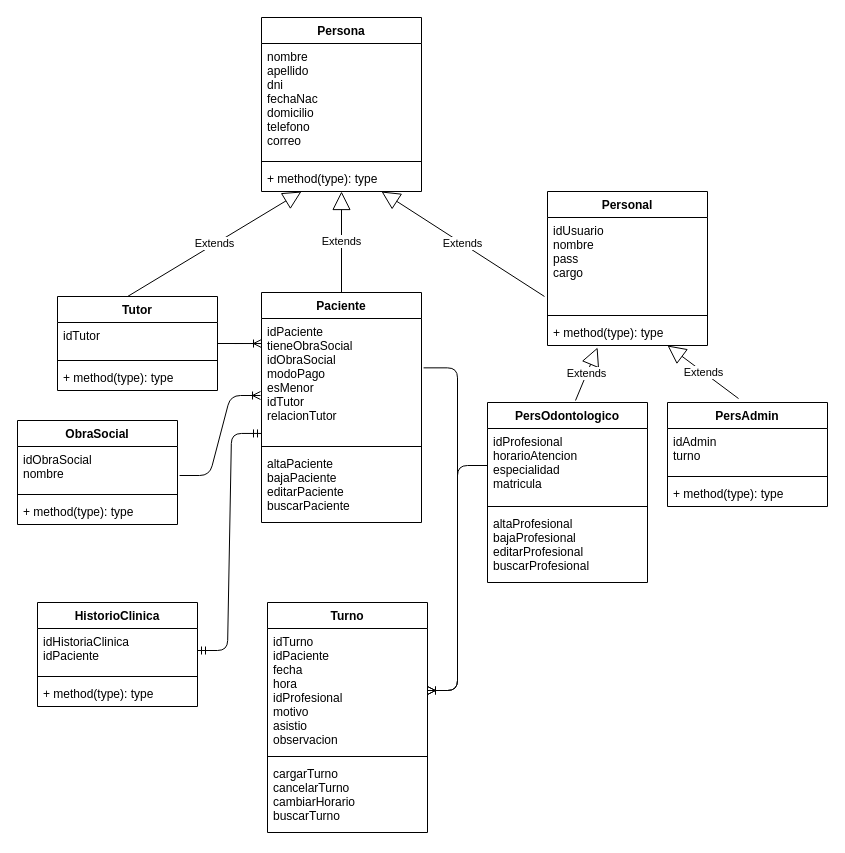
Above: modeloDeClases-Soledad-Repezza.drawio in msrepezza/gestion-turnos-clinica-odontologica (draw.io), before the change. Source tidied: cells renumbered, new cells numbered last; positions are measured from the earlier drawing's top-left corner, leaving out a move shared by most shapes. Both pictures are drawn from the tidied source at 100%, with x=0, y=0 at pixel (17, 17).
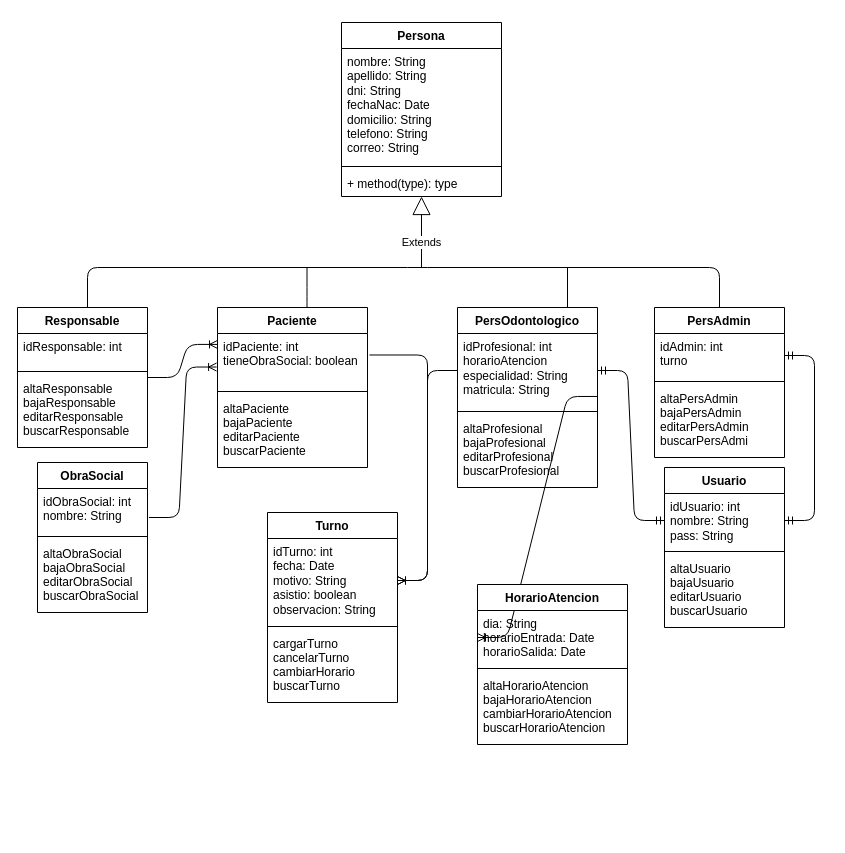
Above is the later version.

Unchanged cells that the change refers to:
```xml
<mxCell id="7" value="+ method(type): type" style="text;strokeColor=none;fillColor=none;align=left;verticalAlign=top;spacingLeft=4;spacingRight=4;overflow=hidden;points=[[0,0.5],[1,0.5]];portConstraint=eastwest;" parent="4" vertex="1">
  <mxGeometry y="148" width="160" height="26" as="geometry" />
</mxCell>
```

What changed in the source:
```diff
@@
+    <mxCell id="10" value="Extends" style="endArrow=block;endSize=16;endFill=0;html=1;" parent="1" edge="1" target="7">
+      <mxGeometry x="-0.29" relative="1" as="geometry">
+        <mxPoint x="404" y="250" as="sourcePoint" />
+      </mxGeometry>
+    </mxCell>
+    <mxCell id="14" style="edgeStyle=entityRelationEdgeStyle;fontSize=12;html=1;endArrow=ERoneToMany;exitX=1;exitY=0.5;exitDx=0;exitDy=0;entryX=0;entryY=0.202;entryDx=0;entryDy=0;entryPerimeter=0;" parent="1" edge="1" target="40">
+      <mxGeometry relative="1" as="geometry">
+        <mxPoint x="130" y="360" as="sourcePoint" />
+      </mxGeometry>
+    </mxCell>
+    <mxCell id="47" style="edgeStyle=entityRelationEdgeStyle;fontSize=12;html=1;endArrow=ERoneToMany;exitX=1.013;exitY=0.659;exitDx=0;exitDy=0;exitPerimeter=0;entryX=-0.006;entryY=0.621;entryDx=0;entryDy=0;entryPerimeter=0;" parent="1" edge="1" source="44" target="40">
+      <mxGeometry relative="1" as="geometry" />
+    </mxCell>
+    <mxCell id="23" value="PersAdmin" style="swimlane;fontStyle=1;align=center;verticalAlign=top;horizontal=1;startSize=26;" parent="1" vertex="1">
+      <mxGeometry x="637" y="290" width="130" height="150" as="geometry" />
+    </mxCell>
+    <mxCell id="24" value="idAdmin: int&#10;turno&#10;" style="text;strokeColor=none;fillColor=none;align=left;verticalAlign=top;spacingLeft=4;spacingRight=4;overflow=hidden;points=[[0,0.5],[1,0.5]];portConstraint=eastwest;whiteSpace=wrap;" parent="23" vertex="1">
+      <mxGeometry y="26" width="130" height="44" as="geometry" />
+    </mxCell>
+    <mxCell id="25" style="line;strokeWidth=1;fillColor=none;align=left;verticalAlign=middle;spacingTop=-1;spacingLeft=3;spacingRight=3;labelPosition=right;" parent="23" vertex="1">
+      <mxGeometry y="70" width="130" height="8" as="geometry" />
+    </mxCell>
+    <mxCell id="26" value="altaPersAdmin&#10;bajaPersAdmin&#10;editarPersAdmin&#10;buscarPersAdmi&#10;" style="text;strokeColor=none;fillColor=none;align=left;verticalAlign=top;spacingLeft=4;spacingRight=4;overflow=hidden;" parent="23" vertex="1">
+      <mxGeometry y="78" width="130" height="72" as="geometry" />
+    </mxCell>
     <mxCell id="4" value="Persona" style="swimlane;fontStyle=1;align=center;verticalAlign=top;horizontal=1;startSize=26;" parent="1" vertex="1">
-      <mxGeometry x="244" width="160" height="174" as="geometry" />
+      <mxGeometry x="324" y="5" width="160" height="174" as="geometry" />
     </mxCell>
-    <mxCell id="5" value="nombre&#10;apellido&#10;dni&#10;fechaNac&#10;domicilio&#10;telefono&#10;correo" style="text;strokeColor=none;fillColor=none;align=left;verticalAlign=top;spacingLeft=4;spacingRight=4;overflow=hidden;" parent="4" vertex="1">
+    <mxCell id="5" value="nombre: String&#10;apellido: String&#10;dni: String&#10;fechaNac: Date&#10;domicilio: String&#10;telefono: String&#10;correo: String" style="text;strokeColor=none;fillColor=none;align=left;verticalAlign=top;spacingLeft=4;spacingRight=4;overflow=hidden;spacingTop=0;spacing=2;spacingBottom=0;whiteSpace=wrap;" parent="4" vertex="1">
       <mxGeometry y="26" width="160" height="114" as="geometry" />
     </mxCell>
@@
-    <mxCell id="8" style="edgeStyle=entityRelationEdgeStyle;fontSize=12;html=1;endArrow=ERmandOne;startArrow=ERmandOne;exitX=1;exitY=0.5;exitDx=0;exitDy=0;entryX=0;entryY=0.927;entryDx=0;entryDy=0;entryPerimeter=0;" parent="1" edge="1" source="32" target="40">
-      <mxGeometry relative="1" as="geometry" />
-    </mxCell>
-    <mxCell id="9" value="Extends" style="endArrow=block;endSize=16;endFill=0;html=1;exitX=0.438;exitY=0;exitDx=0;exitDy=0;exitPerimeter=0;entryX=0.25;entryY=1;entryDx=0;entryDy=0;" parent="1" edge="1" source="35" target="4">
-      <mxGeometry relative="1" as="geometry" />
-    </mxCell>
-    <mxCell id="10" value="Extends" style="endArrow=block;endSize=16;endFill=0;html=1;exitX=0.5;exitY=0;exitDx=0;exitDy=0;" parent="1" edge="1" source="39" target="7">
-      <mxGeometry relative="1" as="geometry" />
-    </mxCell>
-    <mxCell id="11" value="Extends" style="endArrow=block;endSize=16;endFill=0;html=1;exitX=-0.019;exitY=0.84;exitDx=0;exitDy=0;exitPerimeter=0;entryX=0.75;entryY=1;entryDx=0;entryDy=0;" parent="1" edge="1" source="16" target="4">
-      <mxGeometry relative="1" as="geometry" />
-    </mxCell>
-    <mxCell id="12" value="Extends" style="endArrow=block;endSize=16;endFill=0;html=1;entryX=0.313;entryY=1.077;entryDx=0;entryDy=0;entryPerimeter=0;exitX=0.55;exitY=-0.011;exitDx=0;exitDy=0;exitPerimeter=0;" parent="1" edge="1" source="19" target="18">
-      <mxGeometry relative="1" as="geometry" />
-    </mxCell>
-    <mxCell id="13" value="Extends" style="endArrow=block;endSize=16;endFill=0;html=1;entryX=0.75;entryY=1;entryDx=0;entryDy=0;exitX=0.444;exitY=-0.038;exitDx=0;exitDy=0;exitPerimeter=0;" parent="1" edge="1" source="23" target="15">
-      <mxGeometry relative="1" as="geometry" />
-    </mxCell>
-    <mxCell id="14" style="edgeStyle=entityRelationEdgeStyle;fontSize=12;html=1;endArrow=ERoneToMany;exitX=1;exitY=0.5;exitDx=0;exitDy=0;entryX=0;entryY=0.202;entryDx=0;entryDy=0;entryPerimeter=0;" parent="1" edge="1" source="35" target="40">
-      <mxGeometry relative="1" as="geometry" />
-    </mxCell>
+    <mxCell id="39" value="Paciente" style="swimlane;fontStyle=1;align=center;verticalAlign=top;horizontal=1;startSize=26;" parent="1" vertex="1">
+      <mxGeometry x="200" y="290" width="150" height="160" as="geometry" />
+    </mxCell>
+    <mxCell id="40" value="idPaciente: int&#10;tieneObraSocial: boolean&#10;&#10;&#10;&#10;" style="text;strokeColor=none;fillColor=none;align=left;verticalAlign=top;spacingLeft=4;spacingRight=4;overflow=hidden;points=[[0,0.5],[1,0.5]];portConstraint=eastwest;whiteSpace=wrap;" parent="39" vertex="1">
+      <mxGeometry y="26" width="150" height="54" as="geometry" />
+    </mxCell>
+    <mxCell id="41" style="line;strokeWidth=1;fillColor=none;align=left;verticalAlign=middle;spacingTop=-1;spacingLeft=3;spacingRight=3;labelPosition=right;" parent="39" vertex="1">
+      <mxGeometry y="80" width="150" height="8" as="geometry" />
+    </mxCell>
+    <mxCell id="42" value="altaPaciente&#10;bajaPaciente&#10;editarPaciente&#10;buscarPaciente&#10;&#10;" style="text;strokeColor=none;fillColor=none;align=left;verticalAlign=top;spacingLeft=4;spacingRight=4;overflow=hidden;" parent="39" vertex="1">
+      <mxGeometry y="88" width="150" height="72" as="geometry" />
+    </mxCell>
+    <mxCell id="19" value="PersOdontologico" style="swimlane;fontStyle=1;align=center;verticalAlign=top;horizontal=1;startSize=26;" parent="1" vertex="1">
+      <mxGeometry x="440" y="290" width="140" height="180" as="geometry" />
+    </mxCell>
+    <mxCell id="20" value="idProfesional: int&#10;horarioAtencion&#10;especialidad: String&#10;matricula: String&#10;&#10;" style="text;strokeColor=none;fillColor=none;align=left;verticalAlign=top;spacingLeft=4;spacingRight=4;overflow=hidden;points=[[0,0.5],[1,0.5]];portConstraint=eastwest;whiteSpace=wrap;" parent="19" vertex="1">
+      <mxGeometry y="26" width="140" height="74" as="geometry" />
+    </mxCell>
+    <mxCell id="21" style="line;strokeWidth=1;fillColor=none;align=left;verticalAlign=middle;spacingTop=-1;spacingLeft=3;spacingRight=3;labelPosition=right;" parent="19" vertex="1">
+      <mxGeometry y="100" width="140" height="8" as="geometry" />
+    </mxCell>
+    <mxCell id="22" value="altaProfesional&#10;bajaProfesional&#10;editarProfesional&#10;buscarProfesional&#10;" style="text;strokeColor=none;fillColor=none;align=left;verticalAlign=top;spacingLeft=4;spacingRight=4;overflow=hidden;" parent="19" vertex="1">
+      <mxGeometry y="108" width="140" height="72" as="geometry" />
+    </mxCell>
+    <mxCell id="48" style="endArrow=none;html=1;entryX=0.5;entryY=0;entryDx=0;entryDy=0;" parent="1" edge="1" target="23">
+      <mxGeometry relative="1" as="geometry">
+        <mxPoint x="70" y="290" as="sourcePoint" />
+        <Array as="points">
+          <mxPoint x="70" y="250" />
+          <mxPoint x="400" y="250" />
+          <mxPoint x="702" y="250" />
+        </Array>
+      </mxGeometry>
+    </mxCell>
+    <mxCell id="49" style="endArrow=none;html=1;exitX=0.5;exitY=0;exitDx=0;exitDy=0;" parent="1" edge="1">
+      <mxGeometry relative="1" as="geometry">
+        <mxPoint x="550" y="290" as="sourcePoint" />
+        <mxPoint x="550" y="250" as="targetPoint" />
+      </mxGeometry>
+    </mxCell>
+    <mxCell id="50" style="endArrow=none;html=1;" parent="1" edge="1">
+      <mxGeometry relative="1" as="geometry">
+        <mxPoint x="289.5" y="290" as="sourcePoint" />
+        <mxPoint x="289.5" y="250" as="targetPoint" />
+        <Array as="points">
+          <mxPoint x="289.5" y="280" />
+        </Array>
+      </mxGeometry>
+    </mxCell>
+    <mxCell id="51" style="edgeStyle=entityRelationEdgeStyle;fontSize=12;html=1;endArrow=ERmandOne;startArrow=ERmandOne;" parent="1" edge="1" source="16" target="20">
+      <mxGeometry relative="1" as="geometry" />
+    </mxCell>
+    <mxCell id="52" style="edgeStyle=entityRelationEdgeStyle;fontSize=12;html=1;endArrow=ERmandOne;startArrow=ERmandOne;exitX=1;exitY=0.5;exitDx=0;exitDy=0;" parent="1" edge="1" source="24" target="16">
+      <mxGeometry relative="1" as="geometry" />
+    </mxCell>
+    <mxCell id="53" style="edgeStyle=entityRelationEdgeStyle;fontSize=12;html=1;endArrow=ERoneToMany;exitX=1;exitY=0.851;exitDx=0;exitDy=0;exitPerimeter=0;entryX=0;entryY=0.5;entryDx=0;entryDy=0;" parent="1" edge="1" source="20" target="55">
+      <mxGeometry relative="1" as="geometry" />
+    </mxCell>
+    <mxCell id="54" value="HorarioAtencion" style="swimlane;fontStyle=1;align=center;verticalAlign=top;horizontal=1;startSize=26;html=0;" parent="1" vertex="1">
+      <mxGeometry x="460" y="567" width="150" height="160" as="geometry" />
+    </mxCell>
+    <mxCell id="55" value="dia: String&#10;horarioEntrada: Date&#10;horarioSalida: Date&#10;" style="text;strokeColor=none;fillColor=none;align=left;verticalAlign=top;spacingLeft=4;spacingRight=4;overflow=hidden;points=[[0,0.5],[1,0.5]];portConstraint=eastwest;" parent="54" vertex="1">
+      <mxGeometry y="26" width="150" height="54" as="geometry" />
+    </mxCell>
+    <mxCell id="56" style="line;strokeWidth=1;fillColor=none;align=left;verticalAlign=middle;spacingTop=-1;spacingLeft=3;spacingRight=3;labelPosition=right;" parent="54" vertex="1">
+      <mxGeometry y="80" width="150" height="8" as="geometry" />
+    </mxCell>
+    <mxCell id="57" value="altaHorarioAtencion&#10;bajaHorarioAtencion&#10;cambiarHorarioAtencion&#10;buscarHorarioAtencion" style="text;strokeColor=none;fillColor=none;align=left;verticalAlign=top;spacingLeft=4;spacingRight=4;overflow=hidden;" parent="54" vertex="1">
+      <mxGeometry y="88" width="150" height="72" as="geometry" />
+    </mxCell>
+    <mxCell id="43" value="ObraSocial" style="swimlane;fontStyle=1;align=center;verticalAlign=top;horizontal=1;startSize=26;" parent="1" vertex="1">
+      <mxGeometry x="20" y="445" width="110" height="150" as="geometry" />
+    </mxCell>
+    <mxCell id="44" value="idObraSocial: int&#10;nombre: String" style="text;strokeColor=none;fillColor=none;align=left;verticalAlign=top;spacingLeft=4;spacingRight=4;overflow=hidden;points=[[0,0.5],[1,0.5]];portConstraint=eastwest;" parent="43" vertex="1">
+      <mxGeometry y="26" width="110" height="44" as="geometry" />
+    </mxCell>
+    <mxCell id="45" style="line;strokeWidth=1;fillColor=none;align=left;verticalAlign=middle;spacingTop=-1;spacingLeft=3;spacingRight=3;labelPosition=right;" parent="43" vertex="1">
+      <mxGeometry y="70" width="110" height="8" as="geometry" />
+    </mxCell>
+    <mxCell id="46" value="altaObraSocial&#10;bajaObraSocial&#10;editarObraSocial&#10;buscarObraSocial&#10;" style="text;strokeColor=none;fillColor=none;align=left;verticalAlign=top;spacingLeft=4;spacingRight=4;overflow=hidden;" parent="43" vertex="1">
+      <mxGeometry y="78" width="110" height="72" as="geometry" />
+    </mxCell>
-    <mxCell id="15" value="Personal" style="swimlane;fontStyle=1;align=center;verticalAlign=top;horizontal=1;startSize=26;" parent="1" vertex="1">
-      <mxGeometry x="530" y="174" width="160" height="154" as="geometry" />
+    <mxCell id="15" value="Usuario" style="swimlane;fontStyle=1;align=center;verticalAlign=top;horizontal=1;startSize=26;" parent="1" vertex="1">
+      <mxGeometry x="647" y="450" width="120" height="160" as="geometry" />
     </mxCell>
-    <mxCell id="16" value="idUsuario&#10;nombre&#10;pass&#10;cargo" style="text;strokeColor=none;fillColor=none;align=left;verticalAlign=top;spacingLeft=4;spacingRight=4;overflow=hidden;points=[[0,0.5],[1,0.5]];portConstraint=eastwest;" parent="15" vertex="1">
-      <mxGeometry y="26" width="160" height="94" as="geometry" />
+    <mxCell id="16" value="idUsuario: int&#10;nombre: String&#10;pass: String" style="text;strokeColor=none;fillColor=none;align=left;verticalAlign=top;spacingLeft=4;spacingRight=4;overflow=hidden;points=[[0,0.5],[1,0.5]];portConstraint=eastwest;whiteSpace=wrap;" parent="15" vertex="1">
+      <mxGeometry y="26" width="120" height="54" as="geometry" />
     </mxCell>
     <mxCell id="17" style="line;strokeWidth=1;fillColor=none;align=left;verticalAlign=middle;spacingTop=-1;spacingLeft=3;spacingRight=3;labelPosition=right;" parent="15" vertex="1">
-      <mxGeometry y="120" width="160" height="8" as="geometry" />
+      <mxGeometry y="80" width="120" height="8" as="geometry" />
     </mxCell>
-    <mxCell id="18" value="+ method(type): type" style="text;strokeColor=none;fillColor=none;align=left;verticalAlign=top;spacingLeft=4;spacingRight=4;overflow=hidden;points=[[0,0.5],[1,0.5]];portConstraint=eastwest;" parent="15" vertex="1">
-      <mxGeometry y="128" width="160" height="26" as="geometry" />
+    <mxCell id="18" value="altaUsuario&#10;bajaUsuario&#10;editarUsuario&#10;buscarUsuario" style="text;strokeColor=none;fillColor=none;align=left;verticalAlign=top;spacingLeft=4;spacingRight=4;overflow=hidden;points=[[0,0.5],[1,0.5]];portConstraint=eastwest;" parent="15" vertex="1">
+      <mxGeometry y="88" width="120" height="72" as="geometry" />
     </mxCell>
-    <mxCell id="19" value="PersOdontologico" style="swimlane;fontStyle=1;align=center;verticalAlign=top;horizontal=1;startSize=26;" parent="1" vertex="1">
-      <mxGeometry x="470" y="385" width="160" height="180" as="geometry" />
-    </mxCell>
-    <mxCell id="20" value="idProfesional&#10;horarioAtencion&#10;especialidad&#10;matricula&#10;&#10;" style="text;strokeColor=none;fillColor=none;align=left;verticalAlign=top;spacingLeft=4;spacingRight=4;overflow=hidden;points=[[0,0.5],[1,0.5]];portConstraint=eastwest;" parent="19" vertex="1">
-      <mxGeometry y="26" width="160" height="74" as="geometry" />
-    </mxCell>
-    <mxCell id="21" style="line;strokeWidth=1;fillColor=none;align=left;verticalAlign=middle;spacingTop=-1;spacingLeft=3;spacingRight=3;labelPosition=right;" parent="19" vertex="1">
-      <mxGeometry y="100" width="160" height="8" as="geometry" />
-    </mxCell>
-    <mxCell id="22" value="altaProfesional&#10;bajaProfesional&#10;editarProfesional&#10;buscarProfesional&#10;" style="text;strokeColor=none;fillColor=none;align=left;verticalAlign=top;spacingLeft=4;spacingRight=4;overflow=hidden;" parent="19" vertex="1">
-      <mxGeometry y="108" width="160" height="72" as="geometry" />
-    </mxCell>
-    <mxCell id="23" value="PersAdmin" style="swimlane;fontStyle=1;align=center;verticalAlign=top;horizontal=1;startSize=26;" parent="1" vertex="1">
-      <mxGeometry x="650" y="385" width="160" height="104" as="geometry" />
-    </mxCell>
-    <mxCell id="24" value="idAdmin&#10;turno&#10;" style="text;strokeColor=none;fillColor=none;align=left;verticalAlign=top;spacingLeft=4;spacingRight=4;overflow=hidden;points=[[0,0.5],[1,0.5]];portConstraint=eastwest;" parent="23" vertex="1">
-      <mxGeometry y="26" width="160" height="44" as="geometry" />
-    </mxCell>
-    <mxCell id="25" style="line;strokeWidth=1;fillColor=none;align=left;verticalAlign=middle;spacingTop=-1;spacingLeft=3;spacingRight=3;labelPosition=right;" parent="23" vertex="1">
-      <mxGeometry y="70" width="160" height="8" as="geometry" />
-    </mxCell>
-    <mxCell id="26" value="+ method(type): type" style="text;strokeColor=none;fillColor=none;align=left;verticalAlign=top;spacingLeft=4;spacingRight=4;overflow=hidden;" parent="23" vertex="1">
-      <mxGeometry y="78" width="160" height="26" as="geometry" />
-    </mxCell>
     <mxCell id="27" value="Turno" style="swimlane;fontStyle=1;align=center;verticalAlign=top;horizontal=1;startSize=26;" parent="1" vertex="1">
-      <mxGeometry x="250" y="585" width="160" height="230" as="geometry" />
+      <mxGeometry x="250" y="495" width="130" height="190" as="geometry" />
     </mxCell>
-    <mxCell id="28" value="idTurno&#10;idPaciente&#10;fecha&#10;hora&#10;idProfesional&#10;motivo&#10;asistio&#10;observacion&#10;" style="text;strokeColor=none;fillColor=none;align=left;verticalAlign=top;spacingLeft=4;spacingRight=4;overflow=hidden;points=[[0,0.5],[1,0.5]];portConstraint=eastwest;" parent="27" vertex="1">
-      <mxGeometry y="26" width="160" height="124" as="geometry" />
+    <mxCell id="28" value="idTurno: int&#10;fecha: Date&#10;motivo: String&#10;asistio: boolean&#10;observacion: String" style="text;strokeColor=none;fillColor=none;align=left;verticalAlign=top;spacingLeft=4;spacingRight=4;overflow=hidden;points=[[0,0.5],[1,0.5]];portConstraint=eastwest;whiteSpace=wrap;" parent="27" vertex="1">
+      <mxGeometry y="26" width="130" height="84" as="geometry" />
     </mxCell>
     <mxCell id="29" style="line;strokeWidth=1;fillColor=none;align=left;verticalAlign=middle;spacingTop=-1;spacingLeft=3;spacingRight=3;labelPosition=right;" parent="27" vertex="1">
-      <mxGeometry y="150" width="160" height="8" as="geometry" />
+      <mxGeometry y="110" width="130" height="8" as="geometry" />
     </mxCell>
     <mxCell id="30" value="cargarTurno&#10;cancelarTurno&#10;cambiarHorario&#10;buscarTurno&#10;&#10;" style="text;strokeColor=none;fillColor=none;align=left;verticalAlign=top;spacingLeft=4;spacingRight=4;overflow=hidden;" parent="27" vertex="1">
-      <mxGeometry y="158" width="160" height="72" as="geometry" />
+      <mxGeometry y="118" width="130" height="72" as="geometry" />
     </mxCell>
-    <mxCell id="31" value="HistorioClinica" style="swimlane;fontStyle=1;align=center;verticalAlign=top;horizontal=1;startSize=26;" parent="1" vertex="1">
-      <mxGeometry x="20" y="585" width="160" height="104" as="geometry" />
-    </mxCell>
-    <mxCell id="32" value="idHistoriaClinica&#10;idPaciente&#10;" style="text;strokeColor=none;fillColor=none;align=left;verticalAlign=top;spacingLeft=4;spacingRight=4;overflow=hidden;points=[[0,0.5],[1,0.5]];portConstraint=eastwest;" parent="31" vertex="1">
-      <mxGeometry y="26" width="160" height="44" as="geometry" />
-    </mxCell>
-    <mxCell id="33" style="line;strokeWidth=1;fillColor=none;align=left;verticalAlign=middle;spacingTop=-1;spacingLeft=3;spacingRight=3;labelPosition=right;" parent="31" vertex="1">
-      <mxGeometry y="70" width="160" height="8" as="geometry" />
-    </mxCell>
-    <mxCell id="34" value="+ method(type): type" style="text;strokeColor=none;fillColor=none;align=left;verticalAlign=top;spacingLeft=4;spacingRight=4;overflow=hidden;" parent="31" vertex="1">
-      <mxGeometry y="78" width="160" height="26" as="geometry" />
-    </mxCell>
-    <mxCell id="35" value="Tutor" style="swimlane;fontStyle=1;align=center;verticalAlign=top;horizontal=1;startSize=26;" parent="1" vertex="1">
-      <mxGeometry x="40" y="279" width="160" height="94" as="geometry" />
+    <mxCell id="35" value="Responsable" style="swimlane;fontStyle=1;align=center;verticalAlign=top;horizontal=1;startSize=26;" parent="1" vertex="1">
+      <mxGeometry y="290" width="130" height="140" as="geometry" />
     </mxCell>
-    <mxCell id="36" value="idTutor&#10;" style="text;strokeColor=none;fillColor=none;align=left;verticalAlign=top;spacingLeft=4;spacingRight=4;overflow=hidden;" parent="35" vertex="1">
-      <mxGeometry y="26" width="160" height="34" as="geometry" />
+    <mxCell id="36" value="idResponsable: int&#10;" style="text;strokeColor=none;fillColor=none;align=left;verticalAlign=top;spacingLeft=4;spacingRight=4;overflow=hidden;whiteSpace=wrap;" parent="35" vertex="1">
+      <mxGeometry y="26" width="130" height="34" as="geometry" />
     </mxCell>
     <mxCell id="37" style="line;strokeWidth=1;fillColor=none;align=left;verticalAlign=middle;spacingTop=-1;spacingLeft=3;spacingRight=3;labelPosition=right;" parent="35" vertex="1">
-      <mxGeometry y="60" width="160" height="8" as="geometry" />
+      <mxGeometry y="60" width="130" height="8" as="geometry" />
     </mxCell>
-    <mxCell id="38" value="+ method(type): type" style="text;strokeColor=none;fillColor=none;align=left;verticalAlign=top;spacingLeft=4;spacingRight=4;overflow=hidden;" parent="35" vertex="1">
-      <mxGeometry y="68" width="160" height="26" as="geometry" />
+    <mxCell id="38" value="altaResponsable&#10;bajaResponsable&#10;editarResponsable&#10;buscarResponsable&#10;" style="text;strokeColor=none;fillColor=none;align=left;verticalAlign=top;spacingLeft=4;spacingRight=4;overflow=hidden;" parent="35" vertex="1">
+      <mxGeometry y="68" width="130" height="72" as="geometry" />
     </mxCell>
-    <mxCell id="39" value="Paciente" style="swimlane;fontStyle=1;align=center;verticalAlign=top;horizontal=1;startSize=26;" parent="1" vertex="1">
-      <mxGeometry x="244" y="275" width="160" height="230" as="geometry" />
-    </mxCell>
-    <mxCell id="40" value="idPaciente&#10;tieneObraSocial&#10;idObraSocial&#10;modoPago&#10;esMenor&#10;idTutor&#10;relacionTutor&#10;&#10;&#10;&#10;" style="text;strokeColor=none;fillColor=none;align=left;verticalAlign=top;spacingLeft=4;spacingRight=4;overflow=hidden;points=[[0,0.5],[1,0.5]];portConstraint=eastwest;" parent="39" vertex="1">
-      <mxGeometry y="26" width="160" height="124" as="geometry" />
-    </mxCell>
-    <mxCell id="41" style="line;strokeWidth=1;fillColor=none;align=left;verticalAlign=middle;spacingTop=-1;spacingLeft=3;spacingRight=3;labelPosition=right;" parent="39" vertex="1">
-      <mxGeometry y="150" width="160" height="8" as="geometry" />
-    </mxCell>
-    <mxCell id="42" value="altaPaciente&#10;bajaPaciente&#10;editarPaciente&#10;buscarPaciente&#10;&#10;" style="text;strokeColor=none;fillColor=none;align=left;verticalAlign=top;spacingLeft=4;spacingRight=4;overflow=hidden;" parent="39" vertex="1">
-      <mxGeometry y="158" width="160" height="72" as="geometry" />
-    </mxCell>
-    <mxCell id="43" value="ObraSocial" style="swimlane;fontStyle=1;align=center;verticalAlign=top;horizontal=1;startSize=26;" parent="1" vertex="1">
-      <mxGeometry y="403" width="160" height="104" as="geometry" />
-    </mxCell>
-    <mxCell id="44" value="idObraSocial&#10;nombre" style="text;strokeColor=none;fillColor=none;align=left;verticalAlign=top;spacingLeft=4;spacingRight=4;overflow=hidden;points=[[0,0.5],[1,0.5]];portConstraint=eastwest;" parent="43" vertex="1">
-      <mxGeometry y="26" width="160" height="44" as="geometry" />
-    </mxCell>
-    <mxCell id="45" style="line;strokeWidth=1;fillColor=none;align=left;verticalAlign=middle;spacingTop=-1;spacingLeft=3;spacingRight=3;labelPosition=right;" parent="43" vertex="1">
-      <mxGeometry y="70" width="160" height="8" as="geometry" />
-    </mxCell>
-    <mxCell id="46" value="+ method(type): type" style="text;strokeColor=none;fillColor=none;align=left;verticalAlign=top;spacingLeft=4;spacingRight=4;overflow=hidden;" parent="43" vertex="1">
-      <mxGeometry y="78" width="160" height="26" as="geometry" />
-    </mxCell>
-    <mxCell id="47" style="edgeStyle=entityRelationEdgeStyle;fontSize=12;html=1;endArrow=ERoneToMany;exitX=1.013;exitY=0.659;exitDx=0;exitDy=0;exitPerimeter=0;entryX=-0.006;entryY=0.621;entryDx=0;entryDy=0;entryPerimeter=0;" parent="1" edge="1" source="44" target="40">
-      <mxGeometry relative="1" as="geometry" />
-    </mxCell>
```
